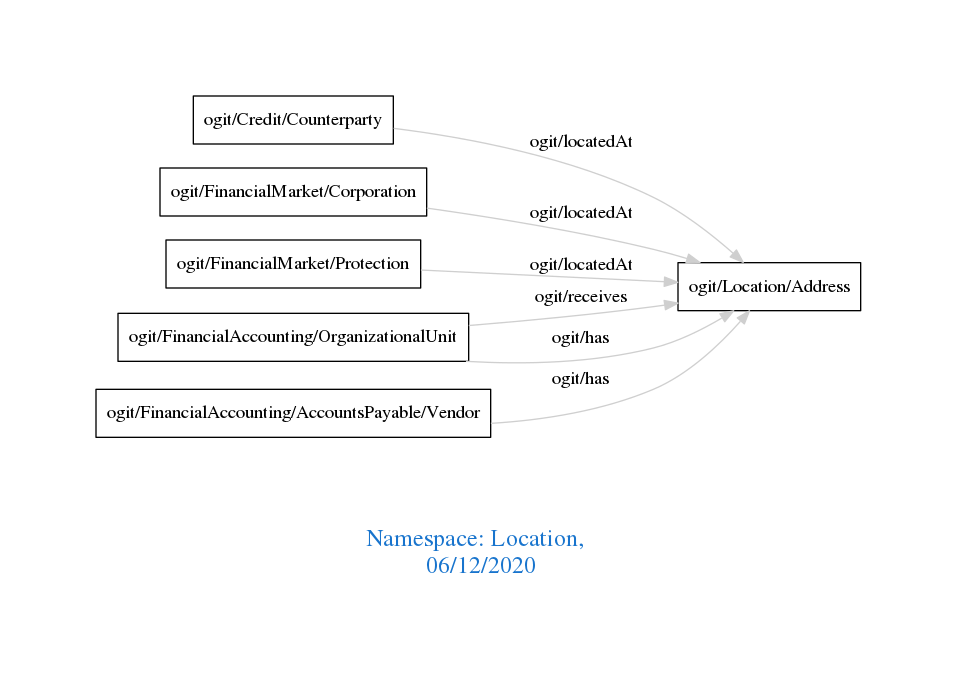
Above: downloads/Location.png in arago/OGIT (Graphviz), before the change. Its source is kept beside it as downloads/Location.dot.
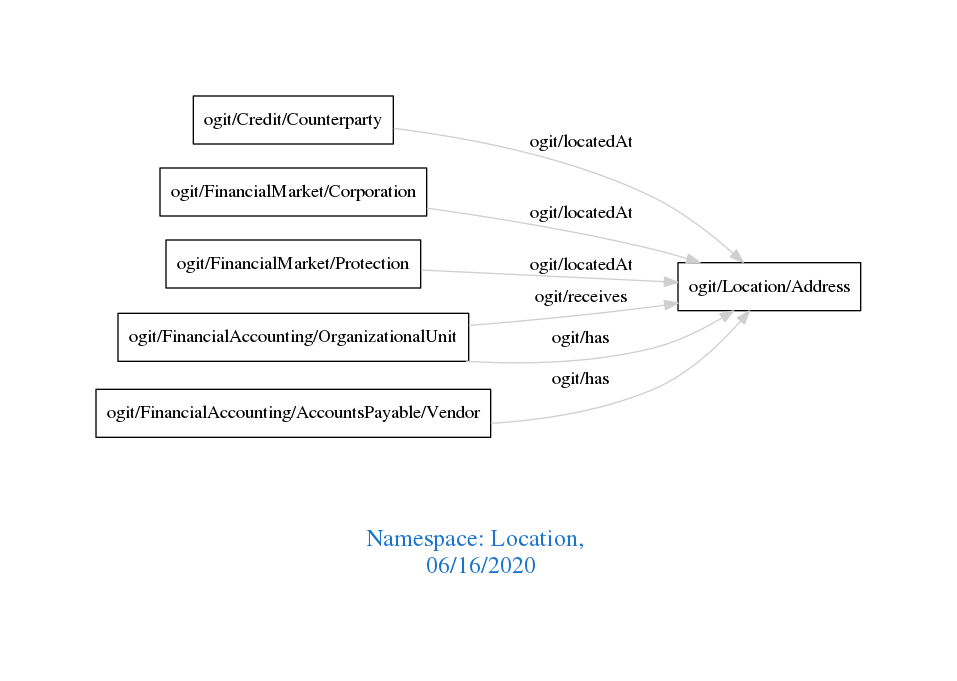
Later version of the same file.

Diff of the diagram source:
```diff
@@ -1,7 +1,7 @@
 digraph OGIT_ontology {
  graph [ rankdir= LR,pad=1
 fontsize = 18,
-fontcolor= dodgerblue3,label = "\n\n\nNamespace: Location, \n 06/12/2020"];
+fontcolor= dodgerblue3,label = "\n\n\nNamespace: Location, \n 06/16/2020"];
 node[shape=polygon];
 edge [  color="gray81"];
 
```
